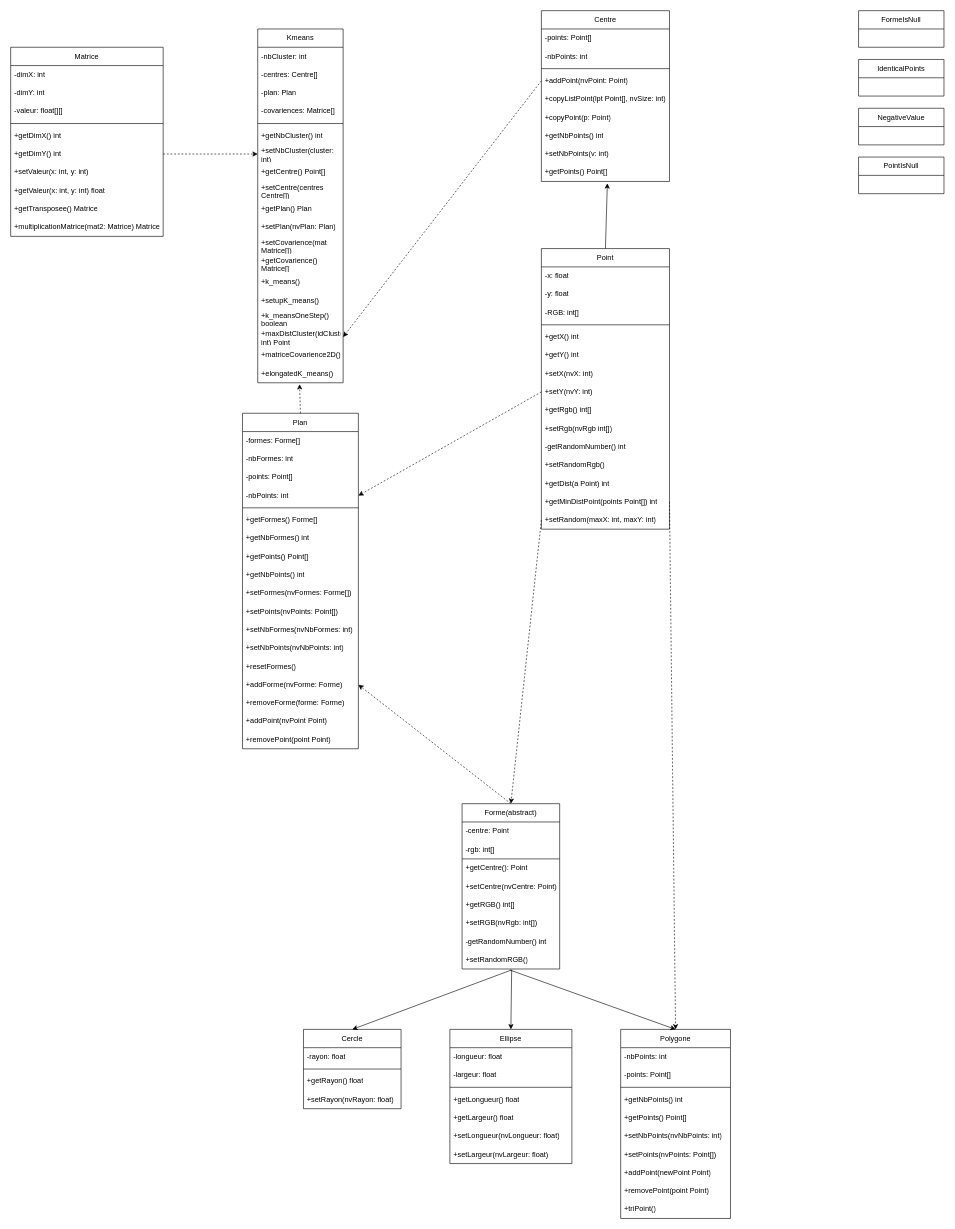
This is Projet LOO2/src/DiagrammeClasses.drawio from Drag-Sama/LOO2, a draw.io file, before an edit. Source tidied: cells renumbered, new cells numbered last; positions are measured from the earlier drawing's top-left corner, leaving out a move shared by most shapes. Both pictures are drawn from the tidied source at 61%, with x=0, y=0 at pixel (10, 10).
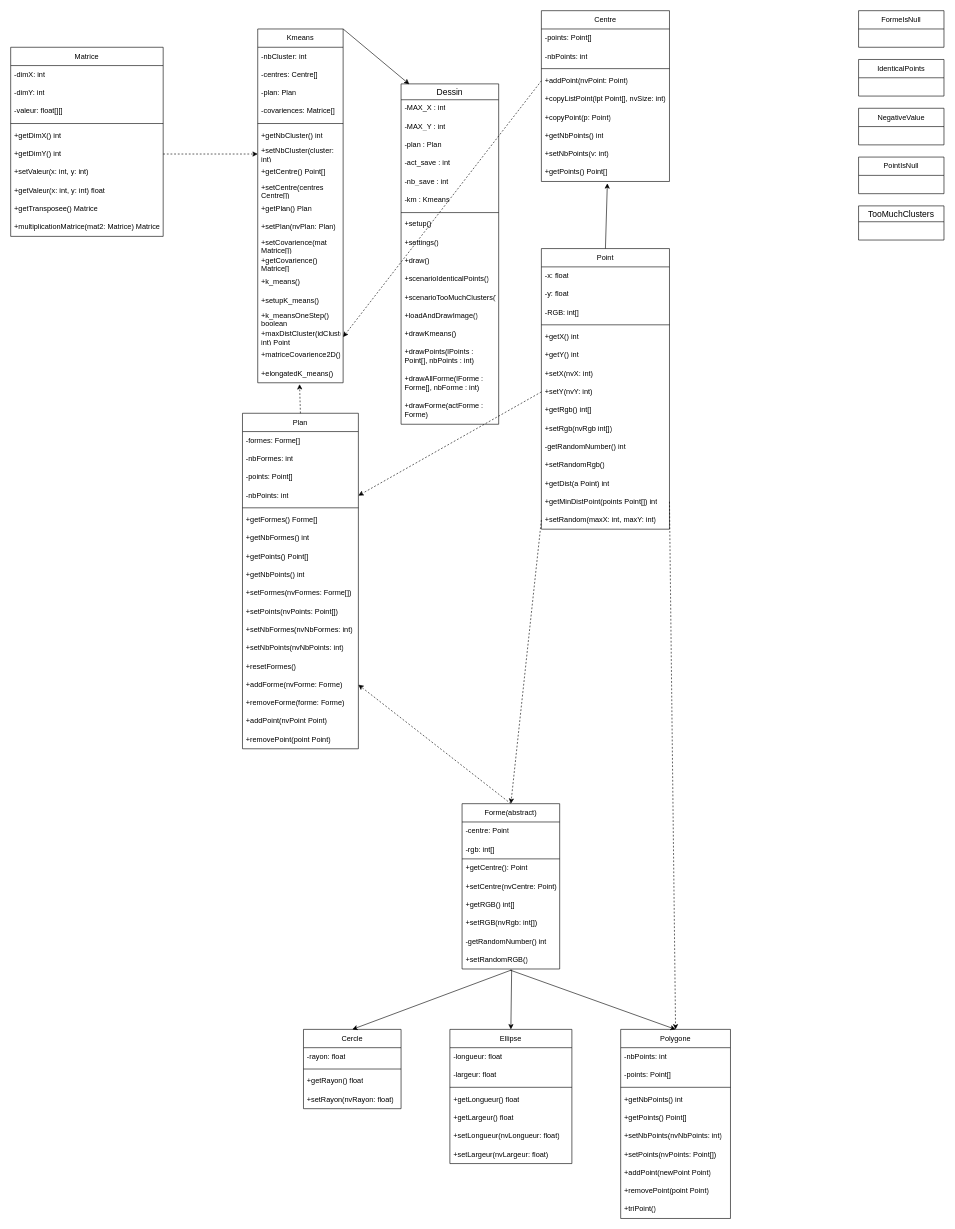
After the change.

Unchanged cells that the change refers to:
```xml
<mxCell id="100" value="Kmeans" style="swimlane;fontStyle=0;horizontal=1;startSize=30;whiteSpace=wrap;html=1;" parent="1" vertex="1">
  <mxGeometry x="405" y="30" width="140" height="580" as="geometry" />
</mxCell>
```

Diff of the diagram source:
```diff
@@
+    <mxCell id="127" value="TooMuchClusters" style="swimlane;fontStyle=0;horizontal=1;startSize=26;align=center;fontSize=14;" parent="1" vertex="1">
+      <mxGeometry x="1390" y="320" width="140" height="56" as="geometry" />
+    </mxCell>
+    <mxCell id="128" value="Dessin" style="swimlane;fontStyle=0;horizontal=1;startSize=26;align=center;fontSize=14;" parent="1" vertex="1">
+      <mxGeometry x="640" y="120" width="160" height="558" as="geometry" />
+    </mxCell>
+    <mxCell id="129" value="-MAX_X : int" style="text;strokeColor=none;fillColor=none;spacingLeft=4;spacingRight=4;overflow=hidden;fontSize=12;whiteSpace=wrap;html=1;" parent="128" vertex="1">
+      <mxGeometry y="26" width="160" height="30" as="geometry" />
+    </mxCell>
+    <mxCell id="130" value="-MAX_Y : int" style="text;strokeColor=none;fillColor=none;spacingLeft=4;spacingRight=4;overflow=hidden;fontSize=12;whiteSpace=wrap;html=1;" parent="128" vertex="1">
+      <mxGeometry y="56" width="160" height="30" as="geometry" />
+    </mxCell>
+    <mxCell id="131" value="-plan : Plan" style="text;strokeColor=none;fillColor=none;spacingLeft=4;spacingRight=4;overflow=hidden;fontSize=12;whiteSpace=wrap;html=1;" parent="128" vertex="1">
+      <mxGeometry y="86" width="160" height="30" as="geometry" />
+    </mxCell>
+    <mxCell id="132" value="-act_save : int" style="text;strokeColor=none;fillColor=none;spacingLeft=4;spacingRight=4;overflow=hidden;fontSize=12;whiteSpace=wrap;html=1;" parent="128" vertex="1">
+      <mxGeometry y="116" width="160" height="30" as="geometry" />
+    </mxCell>
+    <mxCell id="133" value="-nb_save : int" style="text;strokeColor=none;fillColor=none;spacingLeft=4;spacingRight=4;overflow=hidden;fontSize=12;whiteSpace=wrap;html=1;" parent="128" vertex="1">
+      <mxGeometry y="146" width="160" height="30" as="geometry" />
+    </mxCell>
+    <mxCell id="134" value="-km : Kmeans" style="text;strokeColor=none;fillColor=none;spacingLeft=4;spacingRight=4;overflow=hidden;fontSize=12;whiteSpace=wrap;html=1;" parent="128" vertex="1">
+      <mxGeometry y="176" width="160" height="30" as="geometry" />
+    </mxCell>
+    <mxCell id="135" style="line;strokeWidth=1;dashed=0;labelPosition=right;align=left;verticalAlign=middle;spacingTop=0;spacingLeft=6;" parent="128" vertex="1">
+      <mxGeometry y="206" width="160" height="10" as="geometry" />
+    </mxCell>
+    <mxCell id="136" value="+setup()" style="text;strokeColor=none;fillColor=none;spacingLeft=4;spacingRight=4;overflow=hidden;fontSize=12;whiteSpace=wrap;html=1;" parent="128" vertex="1">
+      <mxGeometry y="216" width="160" height="30" as="geometry" />
+    </mxCell>
+    <mxCell id="137" value="+settings()" style="text;strokeColor=none;fillColor=none;spacingLeft=4;spacingRight=4;overflow=hidden;fontSize=12;whiteSpace=wrap;html=1;" parent="128" vertex="1">
+      <mxGeometry y="246" width="160" height="30" as="geometry" />
+    </mxCell>
+    <mxCell id="138" value="+draw()" style="text;strokeColor=none;fillColor=none;spacingLeft=4;spacingRight=4;overflow=hidden;fontSize=12;whiteSpace=wrap;html=1;" parent="128" vertex="1">
+      <mxGeometry y="276" width="160" height="30" as="geometry" />
+    </mxCell>
+    <mxCell id="139" value="+scenarioIdenticalPoints()" style="text;strokeColor=none;fillColor=none;spacingLeft=4;spacingRight=4;overflow=hidden;fontSize=12;whiteSpace=wrap;html=1;" parent="128" vertex="1">
+      <mxGeometry y="306" width="160" height="30" as="geometry" />
+    </mxCell>
+    <mxCell id="140" value="+scenarioTooMuchClusters()" style="text;strokeColor=none;fillColor=none;spacingLeft=4;spacingRight=4;overflow=hidden;fontSize=12;whiteSpace=wrap;html=1;" parent="128" vertex="1">
+      <mxGeometry y="336" width="160" height="30" as="geometry" />
+    </mxCell>
+    <mxCell id="141" value="+loadAndDrawImage()" style="text;strokeColor=none;fillColor=none;spacingLeft=4;spacingRight=4;overflow=hidden;fontSize=12;whiteSpace=wrap;html=1;" parent="128" vertex="1">
+      <mxGeometry y="366" width="160" height="30" as="geometry" />
+    </mxCell>
+    <mxCell id="142" value="+drawKmeans()" style="text;strokeColor=none;fillColor=none;spacingLeft=4;spacingRight=4;overflow=hidden;fontSize=12;whiteSpace=wrap;html=1;" parent="128" vertex="1">
+      <mxGeometry y="396" width="160" height="30" as="geometry" />
+    </mxCell>
+    <mxCell id="143" value="+drawPoints(lPoints : Point[], nbPoints : int)" style="text;strokeColor=none;fillColor=none;spacingLeft=4;spacingRight=4;overflow=hidden;fontSize=12;whiteSpace=wrap;html=1;" parent="128" vertex="1">
+      <mxGeometry y="426" width="160" height="44" as="geometry" />
+    </mxCell>
+    <mxCell id="144" value="+drawAllForme(lForme : Forme[], nbForme : int)" style="text;strokeColor=none;fillColor=none;spacingLeft=4;spacingRight=4;overflow=hidden;fontSize=12;whiteSpace=wrap;html=1;" parent="128" vertex="1">
+      <mxGeometry y="470" width="160" height="44" as="geometry" />
+    </mxCell>
+    <mxCell id="145" value="+drawForme(actForme : Forme)" style="text;strokeColor=none;fillColor=none;spacingLeft=4;spacingRight=4;overflow=hidden;fontSize=12;whiteSpace=wrap;html=1;" parent="128" vertex="1">
+      <mxGeometry y="514" width="160" height="44" as="geometry" />
+    </mxCell>
+    <mxCell id="146" style="edgeStyle=none;html=1;exitX=1;exitY=0;exitDx=0;exitDy=0;entryX=0.084;entryY=0.001;entryDx=0;entryDy=0;entryPerimeter=0;" parent="1" edge="1" source="100" target="128">
+      <mxGeometry relative="1" as="geometry" />
+    </mxCell>
```
